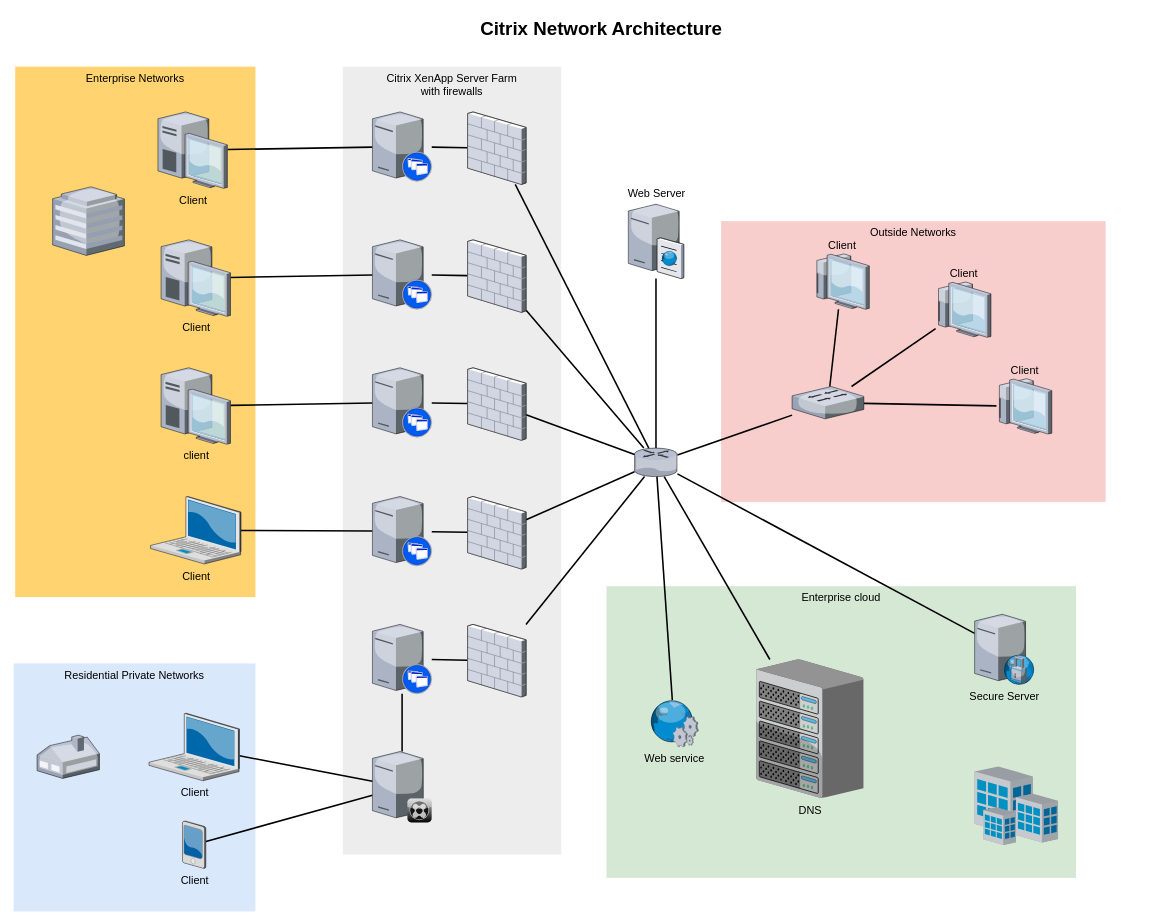
Before: Untitled Diagram.drawio in joseantoniovegaruiz2/GenAIHackathon, a draw.io diagram. Source tidied: cells renumbered, new cells numbered last; positions are measured from the earlier drawing's top-left corner, leaving out a move shared by most shapes. Both pictures are drawn from the tidied source at 78%, with x=0, y=0 at pixel (13, 13).
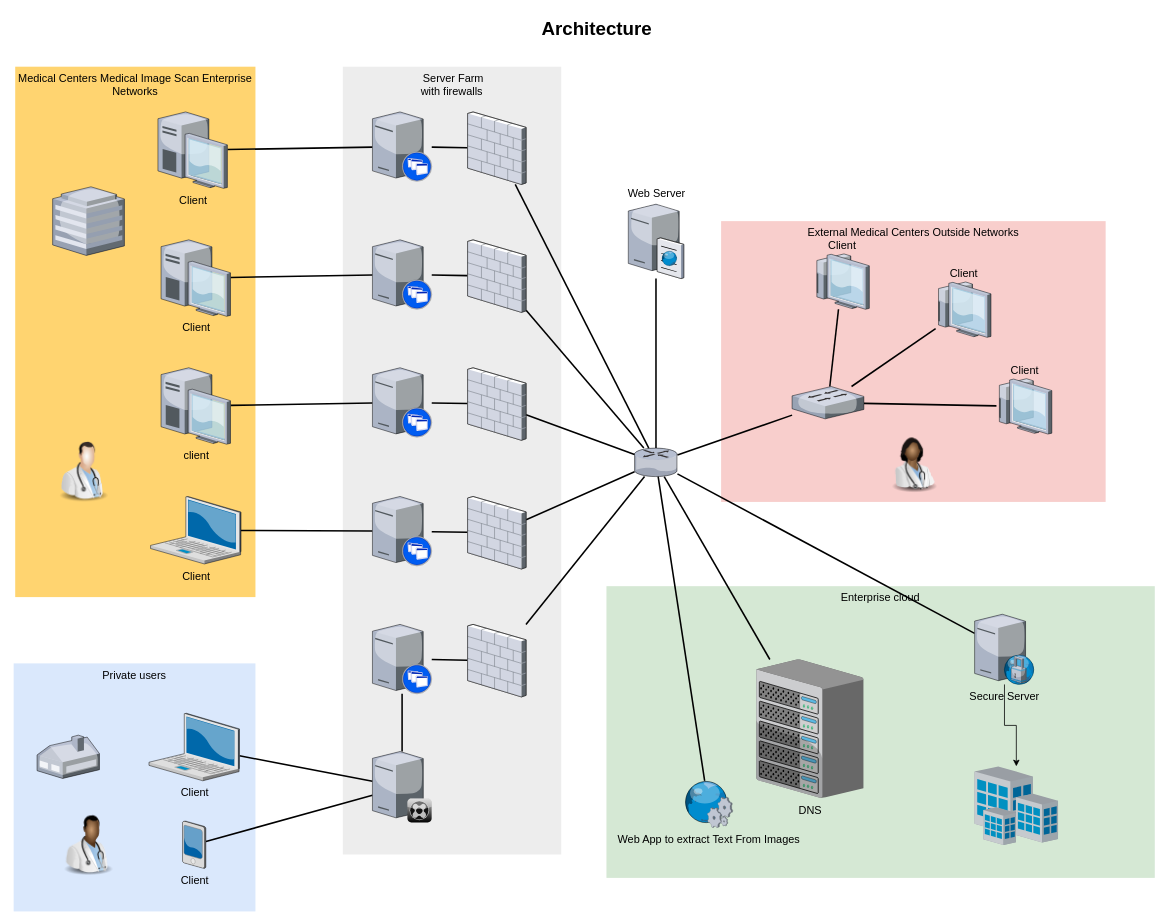
The same diagram, later.

The change refers to these unchanged cells:
```xml
<mxCell id="50" value="Secure Server" style="verticalLabelPosition=bottom;html=1;verticalAlign=top;strokeColor=none;shape=mxgraph.citrix.proxy_server;fillColor=#66B2FF;gradientColor=#0066CC;fontSize=14;" parent="1" vertex="1">
  <mxGeometry x="1232" y="770" width="76.5" height="90" as="geometry" />
</mxCell>
<mxCell id="60" style="verticalLabelPosition=bottom;html=1;verticalAlign=top;strokeColor=none;shape=mxgraph.citrix.site;fillColor=#66B2FF;gradientColor=#0066CC;fontSize=14;" parent="1" vertex="1">
  <mxGeometry x="1232" y="965" width="107" height="101" as="geometry" />
</mxCell>
```

Change to the diagram source:
```diff
@@
-    <mxCell id="2" value="Outside Networks" style="whiteSpace=wrap;html=1;fillColor=#f8cecc;fontSize=14;strokeColor=none;verticalAlign=top;" parent="1" vertex="1">
+    <mxCell id="2" value="External Medical Centers Outside Networks" style="whiteSpace=wrap;html=1;fillColor=#f8cecc;fontSize=14;strokeColor=none;verticalAlign=top;" parent="1" vertex="1">
       <mxGeometry x="907" y="266" width="493" height="360" as="geometry" />
     </mxCell>
     <mxCell id="3" value="Enterprise cloud" style="whiteSpace=wrap;html=1;fillColor=#d5e8d4;fontSize=14;strokeColor=none;verticalAlign=top;" parent="1" vertex="1">
-      <mxGeometry x="760" y="734" width="602" height="374" as="geometry" />
+      <mxGeometry x="760" y="734" width="703" height="374" as="geometry" />
     </mxCell>
-    <mxCell id="4" value="Citrix XenApp Server Farm&lt;div&gt;with firewalls&lt;/div&gt;" style="whiteSpace=wrap;html=1;fillColor=#EDEDED;fontSize=14;strokeColor=none;verticalAlign=top;" parent="1" vertex="1">
+    <mxCell id="4" value="&amp;nbsp;Server Farm&lt;div&gt;with firewalls&lt;/div&gt;" style="whiteSpace=wrap;html=1;fillColor=#EDEDED;fontSize=14;strokeColor=none;verticalAlign=top;" parent="1" vertex="1">
       <mxGeometry x="422" y="68" width="280" height="1010" as="geometry" />
     </mxCell>
-    <mxCell id="5" value="Residential Private Networks" style="whiteSpace=wrap;html=1;fillColor=#dae8fc;fontSize=14;strokeColor=none;verticalAlign=top;" parent="1" vertex="1">
+    <mxCell id="5" value="Private users" style="whiteSpace=wrap;html=1;fillColor=#dae8fc;fontSize=14;strokeColor=none;verticalAlign=top;" parent="1" vertex="1">
       <mxGeometry y="833" width="310" height="318" as="geometry" />
     </mxCell>
-    <mxCell id="6" value="Enterprise Networks" style="whiteSpace=wrap;html=1;fillColor=#FFD470;gradientColor=none;fontSize=14;strokeColor=none;verticalAlign=top;" parent="1" vertex="1">
+    <mxCell id="6" value="Medical Centers Medical Image Scan Enterprise Networks" style="whiteSpace=wrap;html=1;fillColor=#FFD470;gradientColor=none;fontSize=14;strokeColor=none;verticalAlign=top;" parent="1" vertex="1">
       <mxGeometry x="2" y="68" width="308" height="680" as="geometry" />
     </mxCell>
@@
+    <mxCell id="62" style="edgeStyle=orthogonalEdgeStyle;rounded=0;jettySize=auto;html=1;" parent="1" edge="1" source="50" target="60">
+      <mxGeometry relative="1" as="geometry" />
+    </mxCell>
@@
-    <mxCell id="59" value="Web service" style="verticalLabelPosition=bottom;html=1;verticalAlign=top;strokeColor=none;shape=mxgraph.citrix.web_service;fillColor=#66B2FF;gradientColor=#0066CC;fontSize=14;" parent="1" vertex="1">
-      <mxGeometry x="815" y="880" width="63" height="60" as="geometry" />
+    <mxCell id="59" value="Web App to extract Text From Images" style="verticalLabelPosition=bottom;html=1;verticalAlign=top;strokeColor=none;shape=mxgraph.citrix.web_service;fillColor=#66B2FF;gradientColor=#0066CC;fontSize=14;" parent="1" vertex="1">
+      <mxGeometry x="859" y="983.5" width="63" height="60" as="geometry" />
     </mxCell>
@@
-    <mxCell id="61" value="Citrix Network Architecture" style="text;strokeColor=none;fillColor=none;html=1;fontSize=24;fontStyle=1;verticalAlign=middle;align=center;" parent="1" vertex="1">
-      <mxGeometry x="322" width="861" height="40" as="geometry" />
+    <mxCell id="61" value="&amp;nbsp;Architecture" style="text;strokeColor=none;fillColor=none;html=1;fontSize=24;fontStyle=1;verticalAlign=middle;align=center;" parent="1" vertex="1">
+      <mxGeometry x="313" width="861" height="40" as="geometry" />
     </mxCell>
+    <mxCell id="63" style="image;html=1;image=img/lib/clip_art/people/Doctor_Man_128x128.png;" parent="1" vertex="1">
+      <mxGeometry x="50" y="547" width="80" height="80" as="geometry" />
+    </mxCell>
+    <mxCell id="64" style="image;html=1;image=img/lib/clip_art/people/Doctor_Woman_Black_128x128.png;" parent="1" vertex="1">
+      <mxGeometry x="1114" y="535" width="80" height="80" as="geometry" />
+    </mxCell>
+    <mxCell id="65" style="image;html=1;image=img/lib/clip_art/people/Doctor_Man_Black_128x128.png;" parent="1" vertex="1">
+      <mxGeometry x="56" y="1026" width="80" height="80" as="geometry" />
+    </mxCell>
```
